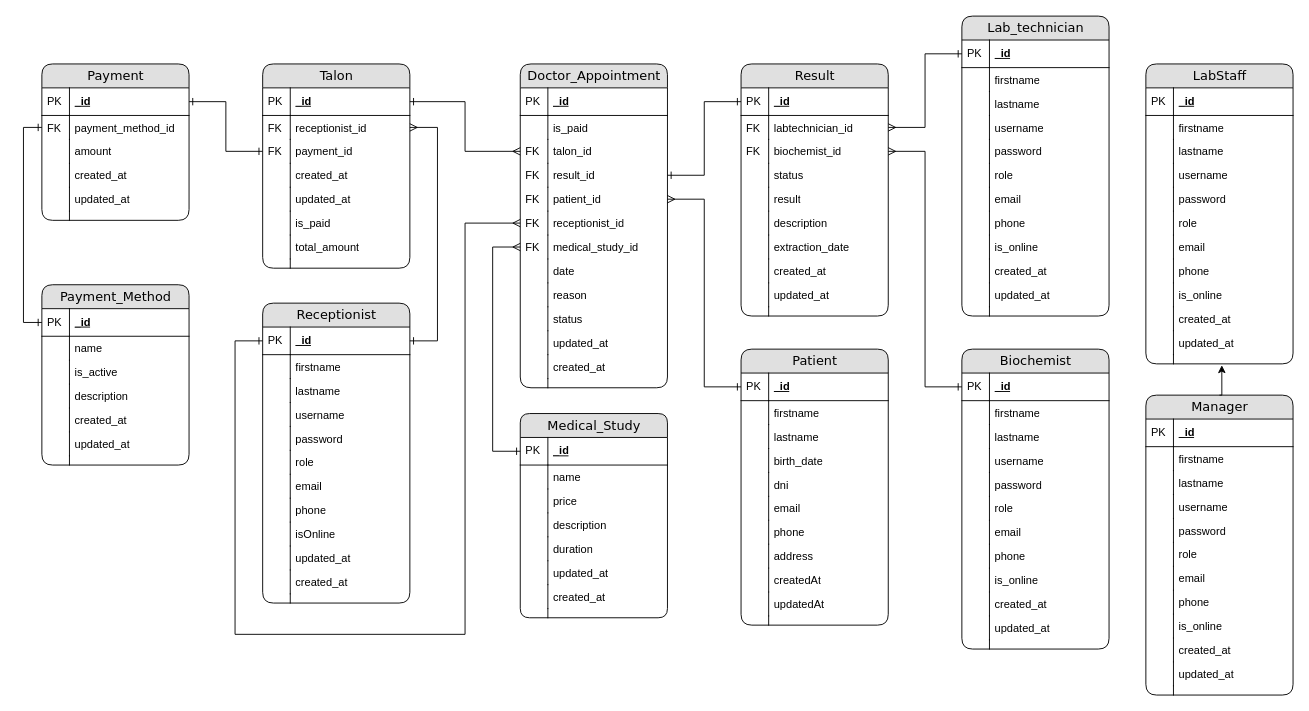
This is driagrama entidad relacion.drawio from EmanuelRigo/lab-patient-system, a draw.io file, before an edit. Source tidied: cells renumbered, new cells numbered last; positions are measured from the earlier drawing's top-left corner, leaving out a move shared by most shapes. Both pictures are drawn from the tidied source at 92%, with x=0, y=0 at pixel (41, 16).
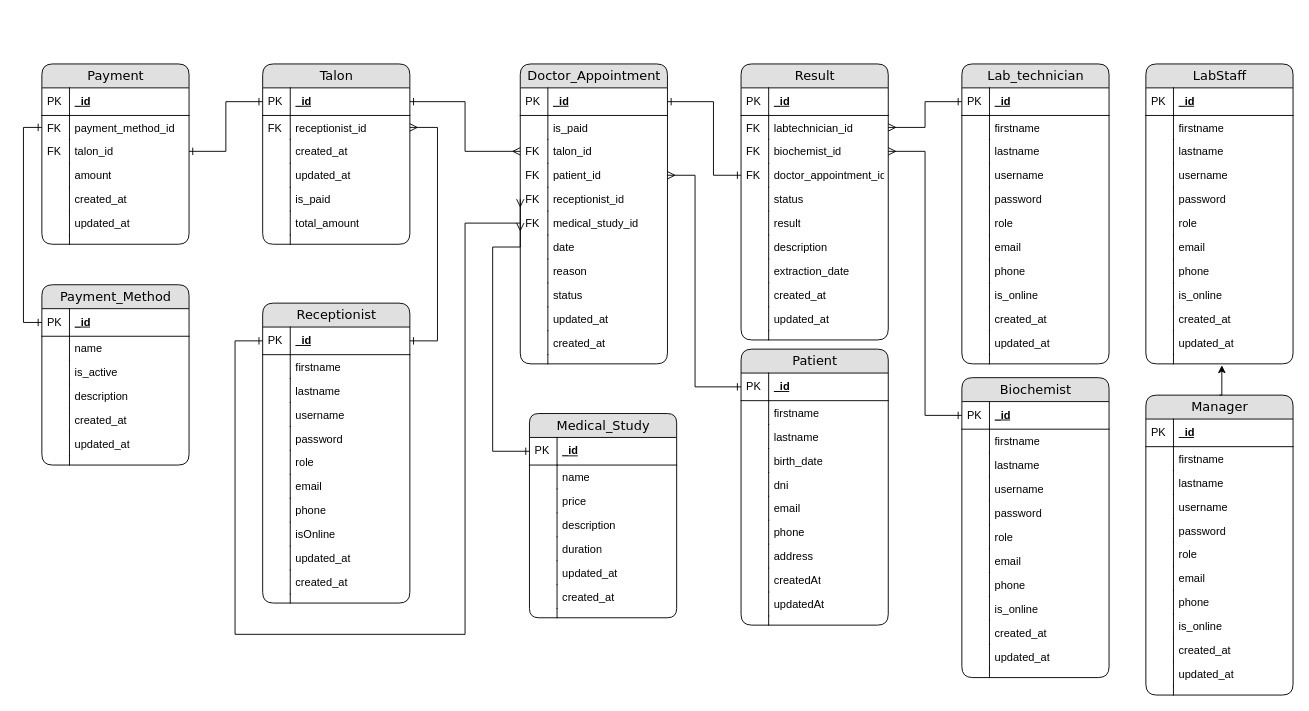
Above is the later version.

The change refers to these unchanged cells:
```xml
<mxCell id="145" value="_id" style="shape=partialRectangle;top=0;left=0;right=0;bottom=1;html=1;align=left;verticalAlign=middle;fillColor=none;spacingLeft=34;spacingRight=4;whiteSpace=wrap;overflow=hidden;points=[[0,0.5],[1,0.5]];portConstraint=eastwest;fontStyle=5;" parent="144" vertex="1">
  <mxGeometry y="26" width="160" height="30" as="geometry" />
</mxCell>
<mxCell id="168" value="_id" style="shape=partialRectangle;top=0;left=0;right=0;bottom=1;html=1;align=left;verticalAlign=middle;fillColor=none;spacingLeft=34;spacingRight=4;whiteSpace=wrap;overflow=hidden;points=[[0,0.5],[1,0.5]];portConstraint=eastwest;fontStyle=5;" parent="167" vertex="1">
  <mxGeometry y="26" width="160" height="30" as="geometry" />
</mxCell>
<mxCell id="181" value="_id" style="shape=partialRectangle;top=0;left=0;right=0;bottom=1;html=1;align=left;verticalAlign=middle;fillColor=none;spacingLeft=34;spacingRight=4;whiteSpace=wrap;overflow=hidden;points=[[0,0.5],[1,0.5]];portConstraint=eastwest;fontStyle=5;" parent="180" vertex="1">
  <mxGeometry y="26" width="160" height="30" as="geometry" />
</mxCell>
<mxCell id="202" value="_id" style="shape=partialRectangle;top=0;left=0;right=0;bottom=1;html=1;align=left;verticalAlign=middle;fillColor=none;spacingLeft=34;spacingRight=4;whiteSpace=wrap;overflow=hidden;points=[[0,0.5],[1,0.5]];portConstraint=eastwest;fontStyle=5;" parent="201" vertex="1">
  <mxGeometry y="26" width="160" height="30" as="geometry" />
</mxCell>
<mxCell id="229" value="_id" style="shape=partialRectangle;top=0;left=0;right=0;bottom=1;html=1;align=left;verticalAlign=middle;fillColor=none;spacingLeft=34;spacingRight=4;whiteSpace=wrap;overflow=hidden;points=[[0,0.5],[1,0.5]];portConstraint=eastwest;fontStyle=5;" parent="228" vertex="1">
  <mxGeometry y="26" width="160" height="30" as="geometry" />
</mxCell>
```

The edit, as a diff of the source:
```diff
@@
     <mxCell id="52" value="Medical_Study" style="swimlane;html=1;fontStyle=0;horizontal=1;startSize=26;fillColor=#e0e0e0;swimlaneFillColor=#ffffff;align=center;rounded=1;shadow=0;comic=0;labelBackgroundColor=none;strokeWidth=1;fontFamily=Verdana;fontSize=14;gradientColor=none;arcSize=13;" parent="1" vertex="1">
-      <mxGeometry x="520" y="432" width="160" height="222" as="geometry" />
+      <mxGeometry x="530" y="432" width="160" height="222" as="geometry" />
     </mxCell>
@@
     <mxCell id="94" value="Lab_technician" style="swimlane;html=1;fontStyle=0;horizontal=1;startSize=26;fillColor=#e0e0e0;swimlaneFillColor=#ffffff;align=center;rounded=1;shadow=0;comic=0;labelBackgroundColor=none;strokeWidth=1;fontFamily=Verdana;fontSize=14;gradientColor=none;" parent="1" vertex="1">
-      <mxGeometry x="1000" width="160" height="326" as="geometry" />
+      <mxGeometry x="1000" y="52" width="160" height="326" as="geometry" />
     </mxCell>
@@
     <mxCell id="119" value="Biochemist" style="swimlane;html=1;fontStyle=0;horizontal=1;startSize=26;fillColor=#e0e0e0;swimlaneFillColor=#ffffff;align=center;rounded=1;shadow=0;comic=0;labelBackgroundColor=none;strokeWidth=1;fontFamily=Verdana;fontSize=14;gradientColor=none;" parent="1" vertex="1">
-      <mxGeometry x="1000" y="362" width="160" height="326" as="geometry" />
+      <mxGeometry x="1000" y="393" width="160" height="326" as="geometry" />
     </mxCell>
@@
     <mxCell id="167" value="Payment" style="swimlane;html=1;fontStyle=0;horizontal=1;startSize=26;fillColor=#e0e0e0;swimlaneFillColor=#ffffff;align=center;rounded=1;shadow=0;comic=0;labelBackgroundColor=none;strokeWidth=1;fontFamily=Verdana;fontSize=14;gradientColor=none;" parent="1" vertex="1">
-      <mxGeometry y="52" width="160" height="170" as="geometry" />
+      <mxGeometry y="52" width="160" height="196" as="geometry" />
     </mxCell>
@@
+    <mxCell id="233" value="talon_id" style="shape=partialRectangle;top=0;left=0;right=0;bottom=0;html=1;align=left;verticalAlign=top;fillColor=none;spacingLeft=34;spacingRight=4;whiteSpace=wrap;overflow=hidden;points=[[0,0.5],[1,0.5]];portConstraint=eastwest;" parent="167" vertex="1">
+      <mxGeometry y="82" width="160" height="26" as="geometry" />
+    </mxCell>
+    <mxCell id="234" value="FK" style="shape=partialRectangle;top=0;left=0;bottom=0;html=1;fillColor=none;align=left;verticalAlign=top;spacingLeft=4;spacingRight=4;whiteSpace=wrap;overflow=hidden;" parent="233" vertex="1">
+      <mxGeometry width="30" height="26" as="geometry" />
+    </mxCell>
     <mxCell id="172" value="amount" style="shape=partialRectangle;top=0;left=0;right=0;bottom=0;html=1;align=left;verticalAlign=top;fillColor=none;spacingLeft=34;spacingRight=4;whiteSpace=wrap;overflow=hidden;" parent="167" vertex="1">
-      <mxGeometry y="82" width="160" height="26" as="geometry" />
+      <mxGeometry y="108" width="160" height="26" as="geometry" />
     </mxCell>
@@
     <mxCell id="174" value="created_at" style="shape=partialRectangle;top=0;left=0;right=0;bottom=0;html=1;align=left;verticalAlign=top;fillColor=none;spacingLeft=34;spacingRight=4;whiteSpace=wrap;overflow=hidden;" parent="167" vertex="1">
-      <mxGeometry y="108" width="160" height="26" as="geometry" />
+      <mxGeometry y="134" width="160" height="26" as="geometry" />
     </mxCell>
@@
     <mxCell id="176" value="updated_at" style="shape=partialRectangle;top=0;left=0;right=0;bottom=0;html=1;align=left;verticalAlign=top;fillColor=none;spacingLeft=34;spacingRight=4;whiteSpace=wrap;overflow=hidden;" parent="167" vertex="1">
-      <mxGeometry y="134" width="160" height="26" as="geometry" />
+      <mxGeometry y="160" width="160" height="26" as="geometry" />
     </mxCell>
@@
     <mxCell id="178" style="shape=partialRectangle;top=0;left=0;right=0;bottom=0;html=1;align=left;verticalAlign=top;fillColor=none;spacingLeft=34;spacingRight=4;whiteSpace=wrap;overflow=hidden;" parent="167" vertex="1">
-      <mxGeometry y="160" width="160" height="10" as="geometry" />
+      <mxGeometry y="186" width="160" height="10" as="geometry" />
     </mxCell>
@@
     <mxCell id="180" value="Result" style="swimlane;html=1;fontStyle=0;horizontal=1;startSize=26;fillColor=#e0e0e0;swimlaneFillColor=#ffffff;align=center;rounded=1;shadow=0;comic=0;labelBackgroundColor=none;strokeWidth=1;fontFamily=Verdana;fontSize=14;gradientColor=none;" parent="1" vertex="1">
-      <mxGeometry x="760" y="52" width="160" height="274" as="geometry" />
+      <mxGeometry x="760" y="52" width="160" height="300" as="geometry" />
     </mxCell>
@@
+    <mxCell id="271" value="doctor_appointment_id" style="shape=partialRectangle;top=0;left=0;right=0;bottom=0;html=1;align=left;verticalAlign=top;fillColor=none;spacingLeft=34;spacingRight=4;whiteSpace=wrap;overflow=hidden;points=[[0,0.5],[1,0.5]];portConstraint=eastwest;" parent="180" vertex="1">
+      <mxGeometry y="108" width="160" height="26" as="geometry" />
+    </mxCell>
+    <mxCell id="209" value="FK" style="shape=partialRectangle;top=0;left=0;bottom=0;html=1;fillColor=none;align=left;verticalAlign=top;spacingLeft=4;spacingRight=4;whiteSpace=wrap;overflow=hidden;" parent="271" vertex="1">
+      <mxGeometry width="30" height="26" as="geometry" />
+    </mxCell>
     <mxCell id="187" value="status" style="shape=partialRectangle;top=0;left=0;right=0;bottom=0;html=1;align=left;verticalAlign=top;fillColor=none;spacingLeft=34;spacingRight=4;whiteSpace=wrap;overflow=hidden;" parent="180" vertex="1">
-      <mxGeometry y="108" width="160" height="26" as="geometry" />
+      <mxGeometry y="134" width="160" height="26" as="geometry" />
     </mxCell>
@@
     <mxCell id="189" value="result" style="shape=partialRectangle;top=0;left=0;right=0;bottom=0;html=1;align=left;verticalAlign=top;fillColor=none;spacingLeft=34;spacingRight=4;whiteSpace=wrap;overflow=hidden;" parent="180" vertex="1">
-      <mxGeometry y="134" width="160" height="26" as="geometry" />
+      <mxGeometry y="160" width="160" height="26" as="geometry" />
     </mxCell>
@@
     <mxCell id="191" value="description" style="shape=partialRectangle;top=0;left=0;right=0;bottom=0;html=1;align=left;verticalAlign=top;fillColor=none;spacingLeft=34;spacingRight=4;whiteSpace=wrap;overflow=hidden;" parent="180" vertex="1">
-      <mxGeometry y="160" width="160" height="26" as="geometry" />
+      <mxGeometry y="186" width="160" height="26" as="geometry" />
     </mxCell>
@@
     <mxCell id="193" value="extraction_date" style="shape=partialRectangle;top=0;left=0;right=0;bottom=0;html=1;align=left;verticalAlign=top;fillColor=none;spacingLeft=34;spacingRight=4;whiteSpace=wrap;overflow=hidden;" parent="180" vertex="1">
-      <mxGeometry y="186" width="160" height="26" as="geometry" />
+      <mxGeometry y="212" width="160" height="26" as="geometry" />
     </mxCell>
@@
     <mxCell id="195" value="created_at" style="shape=partialRectangle;top=0;left=0;right=0;bottom=0;html=1;align=left;verticalAlign=top;fillColor=none;spacingLeft=34;spacingRight=4;whiteSpace=wrap;overflow=hidden;" parent="180" vertex="1">
-      <mxGeometry y="212" width="160" height="26" as="geometry" />
+      <mxGeometry y="238" width="160" height="26" as="geometry" />
     </mxCell>
@@
     <mxCell id="197" value="updated_at" style="shape=partialRectangle;top=0;left=0;right=0;bottom=0;html=1;align=left;verticalAlign=top;fillColor=none;spacingLeft=34;spacingRight=4;whiteSpace=wrap;overflow=hidden;" parent="180" vertex="1">
-      <mxGeometry y="238" width="160" height="26" as="geometry" />
+      <mxGeometry y="264" width="160" height="26" as="geometry" />
     </mxCell>
@@
     <mxCell id="199" style="shape=partialRectangle;top=0;left=0;right=0;bottom=0;html=1;align=left;verticalAlign=top;fillColor=none;spacingLeft=34;spacingRight=4;whiteSpace=wrap;overflow=hidden;" parent="180" vertex="1">
-      <mxGeometry y="264" width="160" height="10" as="geometry" />
+      <mxGeometry y="290" width="160" height="10" as="geometry" />
     </mxCell>
@@
     <mxCell id="201" value="Doctor_Appointment" style="swimlane;html=1;fontStyle=0;horizontal=1;startSize=26;fillColor=#e0e0e0;swimlaneFillColor=#ffffff;align=center;rounded=1;shadow=0;comic=0;labelBackgroundColor=none;strokeWidth=1;fontFamily=Verdana;fontSize=14;gradientColor=none;" parent="1" vertex="1">
-      <mxGeometry x="520" y="52" width="160" height="352" as="geometry" />
+      <mxGeometry x="520" y="52" width="160" height="326" as="geometry" />
     </mxCell>
@@
-    <mxCell id="208" value="result_id" style="shape=partialRectangle;top=0;left=0;right=0;bottom=0;html=1;align=left;verticalAlign=top;fillColor=none;spacingLeft=34;spacingRight=4;whiteSpace=wrap;overflow=hidden;points=[[0,0.5],[1,0.5]];portConstraint=eastwest;" parent="201" vertex="1">
-      <mxGeometry y="108" width="160" height="26" as="geometry" />
-    </mxCell>
-    <mxCell id="209" value="FK" style="shape=partialRectangle;top=0;left=0;bottom=0;html=1;fillColor=none;align=left;verticalAlign=top;spacingLeft=4;spacingRight=4;whiteSpace=wrap;overflow=hidden;" parent="208" vertex="1">
-      <mxGeometry width="30" height="26" as="geometry" />
-    </mxCell>
     <mxCell id="210" value="patient_id" style="shape=partialRectangle;top=0;left=0;right=0;bottom=0;html=1;align=left;verticalAlign=top;fillColor=none;spacingLeft=34;spacingRight=4;whiteSpace=wrap;overflow=hidden;points=[[0,0.5],[1,0.5]];portConstraint=eastwest;" parent="201" vertex="1">
-      <mxGeometry y="134" width="160" height="26" as="geometry" />
+      <mxGeometry y="108" width="160" height="26" as="geometry" />
     </mxCell>
@@
     <mxCell id="212" value="receptionist_id" style="shape=partialRectangle;top=0;left=0;right=0;bottom=0;html=1;align=left;verticalAlign=top;fillColor=none;spacingLeft=34;spacingRight=4;whiteSpace=wrap;overflow=hidden;points=[[0,0.5],[1,0.5]];portConstraint=eastwest;" parent="201" vertex="1">
-      <mxGeometry y="160" width="160" height="26" as="geometry" />
+      <mxGeometry y="134" width="160" height="26" as="geometry" />
     </mxCell>
@@
     <mxCell id="214" value="medical_study_id" style="shape=partialRectangle;top=0;left=0;right=0;bottom=0;html=1;align=left;verticalAlign=top;fillColor=none;spacingLeft=34;spacingRight=4;whiteSpace=wrap;overflow=hidden;points=[[0,0.5],[1,0.5]];portConstraint=eastwest;" parent="201" vertex="1">
-      <mxGeometry y="186" width="160" height="26" as="geometry" />
+      <mxGeometry y="160" width="160" height="26" as="geometry" />
     </mxCell>
@@
     <mxCell id="216" value="date" style="shape=partialRectangle;top=0;left=0;right=0;bottom=0;html=1;align=left;verticalAlign=top;fillColor=none;spacingLeft=34;spacingRight=4;whiteSpace=wrap;overflow=hidden;" parent="201" vertex="1">
-      <mxGeometry y="212" width="160" height="26" as="geometry" />
+      <mxGeometry y="186" width="160" height="26" as="geometry" />
     </mxCell>
@@
     <mxCell id="218" value="reason" style="shape=partialRectangle;top=0;left=0;right=0;bottom=0;html=1;align=left;verticalAlign=top;fillColor=none;spacingLeft=34;spacingRight=4;whiteSpace=wrap;overflow=hidden;" parent="201" vertex="1">
-      <mxGeometry y="238" width="160" height="26" as="geometry" />
+      <mxGeometry y="212" width="160" height="26" as="geometry" />
     </mxCell>
@@
     <mxCell id="220" value="status" style="shape=partialRectangle;top=0;left=0;right=0;bottom=0;html=1;align=left;verticalAlign=top;fillColor=none;spacingLeft=34;spacingRight=4;whiteSpace=wrap;overflow=hidden;" parent="201" vertex="1">
-      <mxGeometry y="264" width="160" height="26" as="geometry" />
+      <mxGeometry y="238" width="160" height="26" as="geometry" />
     </mxCell>
@@
     <mxCell id="222" value="updated_at" style="shape=partialRectangle;top=0;left=0;right=0;bottom=0;html=1;align=left;verticalAlign=top;fillColor=none;spacingLeft=34;spacingRight=4;whiteSpace=wrap;overflow=hidden;" parent="201" vertex="1">
-      <mxGeometry y="290" width="160" height="26" as="geometry" />
+      <mxGeometry y="264" width="160" height="26" as="geometry" />
     </mxCell>
@@
     <mxCell id="224" value="created_at" style="shape=partialRectangle;top=0;left=0;right=0;bottom=0;html=1;align=left;verticalAlign=top;fillColor=none;spacingLeft=34;spacingRight=4;whiteSpace=wrap;overflow=hidden;" parent="201" vertex="1">
-      <mxGeometry y="316" width="160" height="26" as="geometry" />
+      <mxGeometry y="290" width="160" height="26" as="geometry" />
     </mxCell>
@@
     <mxCell id="226" style="shape=partialRectangle;top=0;left=0;right=0;bottom=0;html=1;align=left;verticalAlign=top;fillColor=none;spacingLeft=34;spacingRight=4;whiteSpace=wrap;overflow=hidden;" parent="201" vertex="1">
-      <mxGeometry y="342" width="160" height="10" as="geometry" />
+      <mxGeometry y="316" width="160" height="10" as="geometry" />
     </mxCell>
@@
     <mxCell id="228" value="Talon" style="swimlane;html=1;fontStyle=0;horizontal=1;startSize=26;fillColor=#e0e0e0;swimlaneFillColor=#ffffff;align=center;rounded=1;shadow=0;comic=0;labelBackgroundColor=none;strokeWidth=1;fontFamily=Verdana;fontSize=14;gradientColor=none;" parent="1" vertex="1">
-      <mxGeometry x="240" y="52" width="160" height="222" as="geometry" />
+      <mxGeometry x="240" y="52" width="160" height="196" as="geometry" />
     </mxCell>
@@
-    <mxCell id="233" value="payment_id" style="shape=partialRectangle;top=0;left=0;right=0;bottom=0;html=1;align=left;verticalAlign=top;fillColor=none;spacingLeft=34;spacingRight=4;whiteSpace=wrap;overflow=hidden;points=[[0,0.5],[1,0.5]];portConstraint=eastwest;" parent="228" vertex="1">
-      <mxGeometry y="82" width="160" height="26" as="geometry" />
-    </mxCell>
-    <mxCell id="234" value="FK" style="shape=partialRectangle;top=0;left=0;bottom=0;html=1;fillColor=none;align=left;verticalAlign=top;spacingLeft=4;spacingRight=4;whiteSpace=wrap;overflow=hidden;" parent="233" vertex="1">
-      <mxGeometry width="30" height="26" as="geometry" />
-    </mxCell>
     <mxCell id="235" value="created_at" style="shape=partialRectangle;top=0;left=0;right=0;bottom=0;html=1;align=left;verticalAlign=top;fillColor=none;spacingLeft=34;spacingRight=4;whiteSpace=wrap;overflow=hidden;" parent="228" vertex="1">
-      <mxGeometry y="108" width="160" height="26" as="geometry" />
+      <mxGeometry y="82" width="160" height="26" as="geometry" />
     </mxCell>
@@
     <mxCell id="237" value="updated_at" style="shape=partialRectangle;top=0;left=0;right=0;bottom=0;html=1;align=left;verticalAlign=top;fillColor=none;spacingLeft=34;spacingRight=4;whiteSpace=wrap;overflow=hidden;" parent="228" vertex="1">
-      <mxGeometry y="134" width="160" height="26" as="geometry" />
+      <mxGeometry y="108" width="160" height="26" as="geometry" />
     </mxCell>
@@
     <mxCell id="239" value="is_paid" style="shape=partialRectangle;top=0;left=0;right=0;bottom=0;html=1;align=left;verticalAlign=top;fillColor=none;spacingLeft=34;spacingRight=4;whiteSpace=wrap;overflow=hidden;" parent="228" vertex="1">
-      <mxGeometry y="160" width="160" height="26" as="geometry" />
+      <mxGeometry y="134" width="160" height="26" as="geometry" />
     </mxCell>
@@
     <mxCell id="241" value="total_amount" style="shape=partialRectangle;top=0;left=0;right=0;bottom=0;html=1;align=left;verticalAlign=top;fillColor=none;spacingLeft=34;spacingRight=4;whiteSpace=wrap;overflow=hidden;" parent="228" vertex="1">
-      <mxGeometry y="186" width="160" height="26" as="geometry" />
+      <mxGeometry y="160" width="160" height="26" as="geometry" />
     </mxCell>
@@
     <mxCell id="243" style="shape=partialRectangle;top=0;left=0;right=0;bottom=0;html=1;align=left;verticalAlign=top;fillColor=none;spacingLeft=34;spacingRight=4;whiteSpace=wrap;overflow=hidden;" parent="228" vertex="1">
-      <mxGeometry y="212" width="160" height="10" as="geometry" />
+      <mxGeometry y="186" width="160" height="10" as="geometry" />
     </mxCell>
@@
-    <mxCell id="262" style="edgeStyle=orthogonalEdgeStyle;rounded=0;jettySize=auto;html=1;exitX=1;exitY=0.5;exitDx=0;exitDy=0;entryX=0;entryY=0.5;entryDx=0;entryDy=0;endArrow=ERone;endFill=0;startArrow=ERone;startFill=0;" parent="1" edge="1" source="208" target="181">
-      <mxGeometry relative="1" as="geometry" />
-    </mxCell>
     <mxCell id="263" style="edgeStyle=orthogonalEdgeStyle;rounded=0;jettySize=auto;html=1;exitX=1;exitY=0.5;exitDx=0;exitDy=0;entryX=0;entryY=0.5;entryDx=0;entryDy=0;startArrow=ERmany;startFill=0;endArrow=ERone;endFill=0;" parent="1" edge="1" source="210" target="145">
-      <mxGeometry relative="1" as="geometry" />
+      <mxGeometry relative="1" as="geometry">
+        <Array as="points">
+          <mxPoint x="710" y="173" />
+          <mxPoint x="710" y="403" />
+        </Array>
+      </mxGeometry>
     </mxCell>
@@
-    <mxCell id="267" style="edgeStyle=orthogonalEdgeStyle;rounded=0;jettySize=auto;html=1;exitX=1;exitY=0.5;exitDx=0;exitDy=0;entryX=0;entryY=0.5;entryDx=0;entryDy=0;endArrow=ERone;endFill=0;startArrow=ERone;startFill=0;" parent="1" edge="1" source="168" target="233">
-      <mxGeometry relative="1" as="geometry" />
-    </mxCell>
@@
+    <mxCell id="272" style="edgeStyle=orthogonalEdgeStyle;rounded=0;jettySize=auto;html=1;exitX=1;exitY=0.5;exitDx=0;exitDy=0;entryX=0;entryY=0.5;entryDx=0;entryDy=0;startArrow=ERone;startFill=0;endArrow=ERone;endFill=0;" parent="1" edge="1" source="233" target="229">
+      <mxGeometry relative="1" as="geometry" />
+    </mxCell>
+    <mxCell id="273" style="edgeStyle=orthogonalEdgeStyle;rounded=0;jettySize=auto;html=1;exitX=0;exitY=0.5;exitDx=0;exitDy=0;entryX=1;entryY=0.5;entryDx=0;entryDy=0;startArrow=ERone;startFill=0;endArrow=ERone;endFill=0;" parent="1" edge="1" source="271" target="202">
+      <mxGeometry relative="1" as="geometry">
+        <Array as="points">
+          <mxPoint x="730" y="173" />
+          <mxPoint x="730" y="93" />
+        </Array>
+      </mxGeometry>
+    </mxCell>
```
